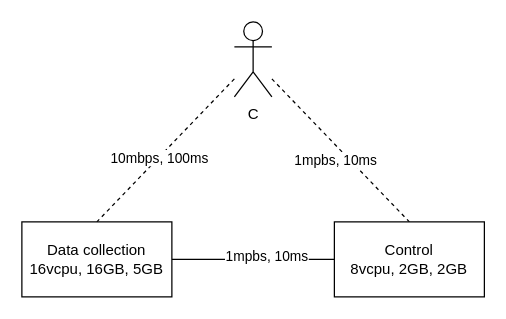
Earlier version of the draw.io diagram page "iot" (2 of 3) of notes/app.drawio (Manasvini/mesh-bw-scheduler). Source tidied: cells renumbered, new cells numbered last; positions are measured from the earlier drawing's top-left corner, leaving out a move shared by most shapes. Both pictures are drawn from the tidied source at 125%, with x=0, y=0 at pixel (21, 21).
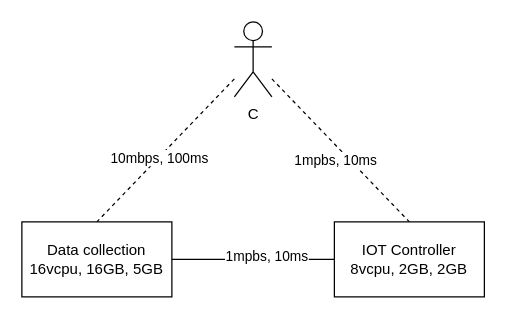
The same page after the edit.

What changed in the source:
```diff
@@
 <mxGraphModel>
   <root>
     <mxCell id="0" />
     <mxCell id="1" parent="0" />
     <mxCell id="2" style="jettySize=auto;html=1;exitX=0;exitY=0.5;exitDx=0;exitDy=0;entryX=1;entryY=0.5;entryDx=0;entryDy=0;rounded=0;endArrow=none;endFill=0;" parent="1" edge="1" source="10" target="9">
       <mxGeometry relative="1" as="geometry" />
     </mxCell>
     <mxCell id="3" value="1mpbs, 10ms" style="edgeLabel;html=1;align=center;verticalAlign=middle;" parent="2" vertex="1">
       <mxGeometry x="-0.15" y="-3" relative="1" as="geometry" />
     </mxCell>
     <mxCell id="4" style="edgeStyle=none;rounded=0;jettySize=auto;html=1;endArrow=none;endFill=0;entryX=0.5;entryY=0;entryDx=0;entryDy=0;dashed=1;" parent="1" edge="1" source="8" target="9">
       <mxGeometry relative="1" as="geometry" />
     </mxCell>
     <mxCell id="5" value="10mbps, 100ms" style="edgeLabel;html=1;align=center;verticalAlign=middle;" parent="4" vertex="1">
       <mxGeometry x="0.1" relative="1" as="geometry" />
     </mxCell>
     <mxCell id="6" style="edgeStyle=none;rounded=0;jettySize=auto;html=1;endArrow=none;endFill=0;entryX=0.5;entryY=0;entryDx=0;entryDy=0;dashed=1;" parent="1" edge="1" source="8" target="10">
       <mxGeometry relative="1" as="geometry" />
     </mxCell>
     <mxCell id="7" value="1mpbs, 10ms" style="edgeLabel;html=1;align=center;verticalAlign=middle;" parent="6" vertex="1">
       <mxGeometry x="-0.37" y="2" relative="1" as="geometry">
         <mxPoint x="14" y="30" as="offset" />
       </mxGeometry>
     </mxCell>
     <mxCell id="8" value="C" style="shape=umlActor;verticalLabelPosition=bottom;verticalAlign=top;html=1;outlineConnect=0;" parent="1" vertex="1">
       <mxGeometry x="170" width="30" height="60" as="geometry" />
     </mxCell>
     <mxCell id="9" value="Data collection&lt;br&gt;16vcpu, 16GB, 5GB" style="rounded=0;whiteSpace=wrap;html=1;" parent="1" vertex="1">
       <mxGeometry y="160" width="120" height="60" as="geometry" />
     </mxCell>
-    <mxCell id="10" value="Control&lt;br&gt;8vcpu, 2GB, 2GB" style="rounded=0;whiteSpace=wrap;html=1;" parent="1" vertex="1">
+    <mxCell id="10" value="IOT Controller&lt;br&gt;8vcpu, 2GB, 2GB" style="rounded=0;whiteSpace=wrap;html=1;" parent="1" vertex="1">
       <mxGeometry x="250" y="160" width="120" height="60" as="geometry" />
     </mxCell>
   </root>
 </mxGraphModel>
```
